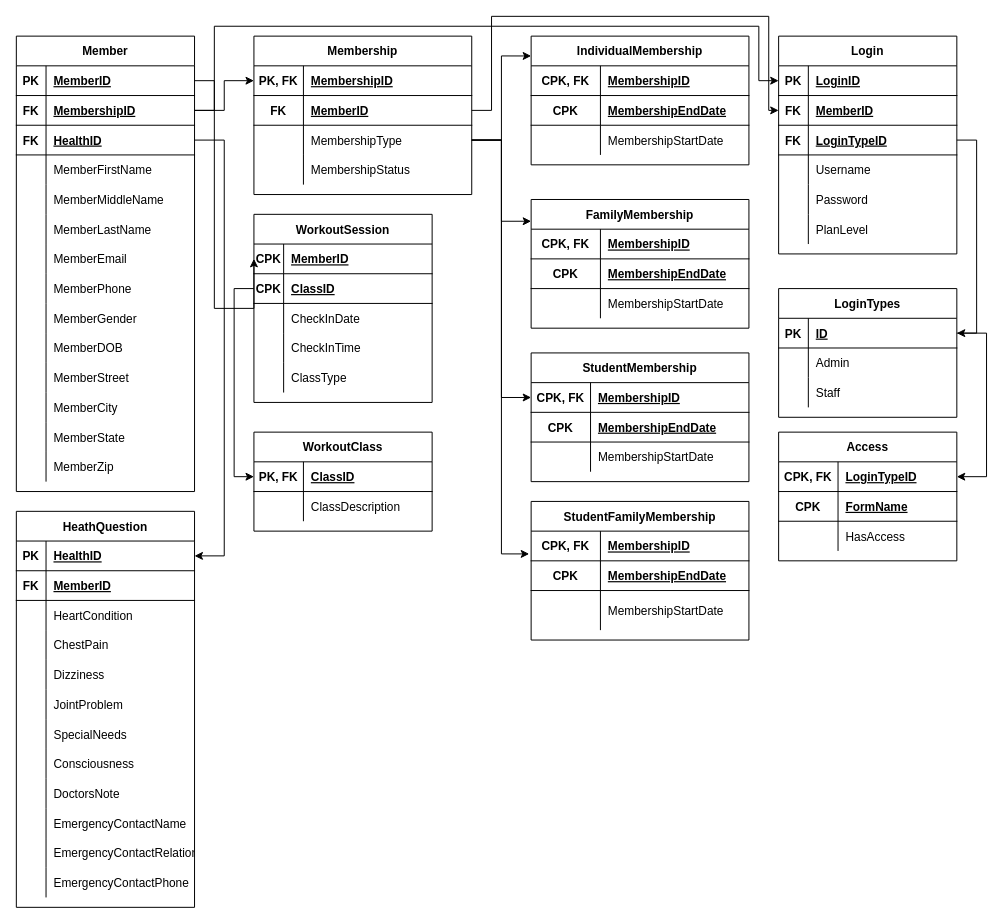
This is Untitled Diagram.drawio from aayushbhurtel/gym-management-system, a draw.io file, before an edit. Source tidied: cells renumbered, new cells numbered last; positions are measured from the earlier drawing's top-left corner, leaving out a move shared by most shapes. Both pictures are drawn from the tidied source at 99%, with x=0, y=0 at pixel (16, 16).
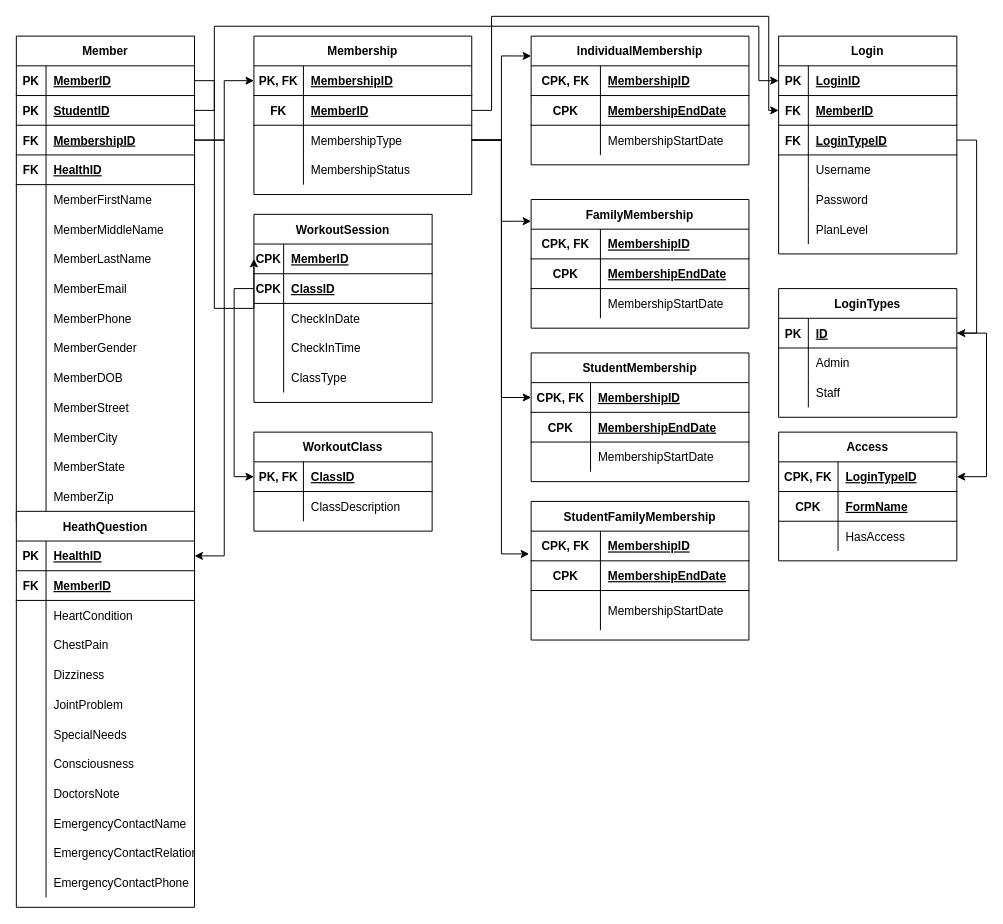
The same page after the edit.

The edit, as a diff of the source:
```diff
@@
     <mxCell id="2" value="Member" style="shape=table;startSize=30;childLayout=tableLayout;rowLines=0;fontStyle=1;align=center;" parent="1" vertex="1">
-      <mxGeometry y="20" width="180" height="460" as="geometry" />
+      <mxGeometry y="20" width="180" height="490" as="geometry" />
     </mxCell>
@@
+    <mxCell id="209" style="shape=tableRow;horizontal=0;startSize=0;swimlaneHead=0;swimlaneBody=0;fillColor=none;top=0;left=0;right=0;bottom=1;" parent="2" vertex="1">
+      <mxGeometry y="60" width="180" height="30" as="geometry" />
+    </mxCell>
+    <mxCell id="210" value="PK" style="shape=partialRectangle;fillColor=none;top=0;left=0;bottom=0;right=0;fontStyle=1;overflow=hidden;" parent="209" vertex="1">
+      <mxGeometry width="30" height="30" as="geometry" />
+    </mxCell>
+    <mxCell id="211" value="StudentID" style="shape=partialRectangle;fillColor=none;top=0;left=0;bottom=0;right=0;align=left;spacingLeft=6;fontStyle=5;overflow=hidden;" parent="209" vertex="1">
+      <mxGeometry x="30" width="150" height="30" as="geometry" />
+    </mxCell>
     <mxCell id="6" style="shape=tableRow;horizontal=0;startSize=0;swimlaneHead=0;swimlaneBody=0;fillColor=none;points=[[0,0.5],[1,0.5]];portConstraint=eastwest;top=0;left=0;right=0;bottom=1;" parent="2" vertex="1">
-      <mxGeometry y="60" width="180" height="30" as="geometry" />
+      <mxGeometry y="90" width="180" height="30" as="geometry" />
     </mxCell>
@@
     <mxCell id="9" style="shape=tableRow;horizontal=0;startSize=0;swimlaneHead=0;swimlaneBody=0;fillColor=none;points=[[0,0.5],[1,0.5]];portConstraint=eastwest;top=0;left=0;right=0;bottom=1;" parent="2" vertex="1">
-      <mxGeometry y="90" width="180" height="30" as="geometry" />
+      <mxGeometry y="120" width="180" height="30" as="geometry" />
     </mxCell>
@@
     <mxCell id="12" style="shape=tableRow;horizontal=0;startSize=0;swimlaneHead=0;swimlaneBody=0;fillColor=none;top=0;left=0;right=0;bottom=0;" parent="2" vertex="1">
-      <mxGeometry y="120" width="180" height="30" as="geometry" />
+      <mxGeometry y="150" width="180" height="30" as="geometry" />
     </mxCell>
@@
     <mxCell id="15" style="shape=tableRow;horizontal=0;startSize=0;swimlaneHead=0;swimlaneBody=0;fillColor=none;top=0;left=0;right=0;bottom=0;" parent="2" vertex="1">
-      <mxGeometry y="150" width="180" height="30" as="geometry" />
+      <mxGeometry y="180" width="180" height="30" as="geometry" />
     </mxCell>
@@
     <mxCell id="18" style="shape=tableRow;horizontal=0;startSize=0;swimlaneHead=0;swimlaneBody=0;fillColor=none;top=0;left=0;right=0;bottom=0;" parent="2" vertex="1">
-      <mxGeometry y="180" width="180" height="30" as="geometry" />
+      <mxGeometry y="210" width="180" height="30" as="geometry" />
     </mxCell>
@@
     <mxCell id="21" style="shape=tableRow;horizontal=0;startSize=0;swimlaneHead=0;swimlaneBody=0;fillColor=none;top=0;left=0;right=0;bottom=0;" parent="2" vertex="1">
-      <mxGeometry y="210" width="180" height="30" as="geometry" />
+      <mxGeometry y="240" width="180" height="30" as="geometry" />
     </mxCell>
@@
     <mxCell id="24" style="shape=tableRow;horizontal=0;startSize=0;swimlaneHead=0;swimlaneBody=0;fillColor=none;top=0;left=0;right=0;bottom=0;" parent="2" vertex="1">
-      <mxGeometry y="240" width="180" height="30" as="geometry" />
+      <mxGeometry y="270" width="180" height="30" as="geometry" />
     </mxCell>
@@
     <mxCell id="27" style="shape=tableRow;horizontal=0;startSize=0;swimlaneHead=0;swimlaneBody=0;fillColor=none;top=0;left=0;right=0;bottom=0;" parent="2" vertex="1">
-      <mxGeometry y="270" width="180" height="30" as="geometry" />
+      <mxGeometry y="300" width="180" height="30" as="geometry" />
     </mxCell>
@@
     <mxCell id="30" style="shape=tableRow;horizontal=0;startSize=0;swimlaneHead=0;swimlaneBody=0;fillColor=none;top=0;left=0;right=0;bottom=0;" parent="2" vertex="1">
-      <mxGeometry y="300" width="180" height="30" as="geometry" />
+      <mxGeometry y="330" width="180" height="30" as="geometry" />
     </mxCell>
@@
     <mxCell id="33" style="shape=tableRow;horizontal=0;startSize=0;swimlaneHead=0;swimlaneBody=0;fillColor=none;top=0;left=0;right=0;bottom=0;" parent="2" vertex="1">
-      <mxGeometry y="330" width="180" height="30" as="geometry" />
+      <mxGeometry y="360" width="180" height="30" as="geometry" />
     </mxCell>
@@
     <mxCell id="36" style="shape=tableRow;horizontal=0;startSize=0;swimlaneHead=0;swimlaneBody=0;fillColor=none;top=0;left=0;right=0;bottom=0;" parent="2" vertex="1">
-      <mxGeometry y="360" width="180" height="30" as="geometry" />
+      <mxGeometry y="390" width="180" height="30" as="geometry" />
     </mxCell>
@@
     <mxCell id="39" style="shape=tableRow;horizontal=0;startSize=0;swimlaneHead=0;swimlaneBody=0;fillColor=none;top=0;left=0;right=0;bottom=0;" parent="2" vertex="1">
-      <mxGeometry y="390" width="180" height="30" as="geometry" />
+      <mxGeometry y="420" width="180" height="30" as="geometry" />
     </mxCell>
@@
     <mxCell id="42" style="shape=tableRow;horizontal=0;startSize=0;swimlaneHead=0;swimlaneBody=0;fillColor=none;top=0;left=0;right=0;bottom=0;" parent="2" vertex="1">
-      <mxGeometry y="420" width="180" height="30" as="geometry" />
+      <mxGeometry y="450" width="180" height="30" as="geometry" />
     </mxCell>
```
